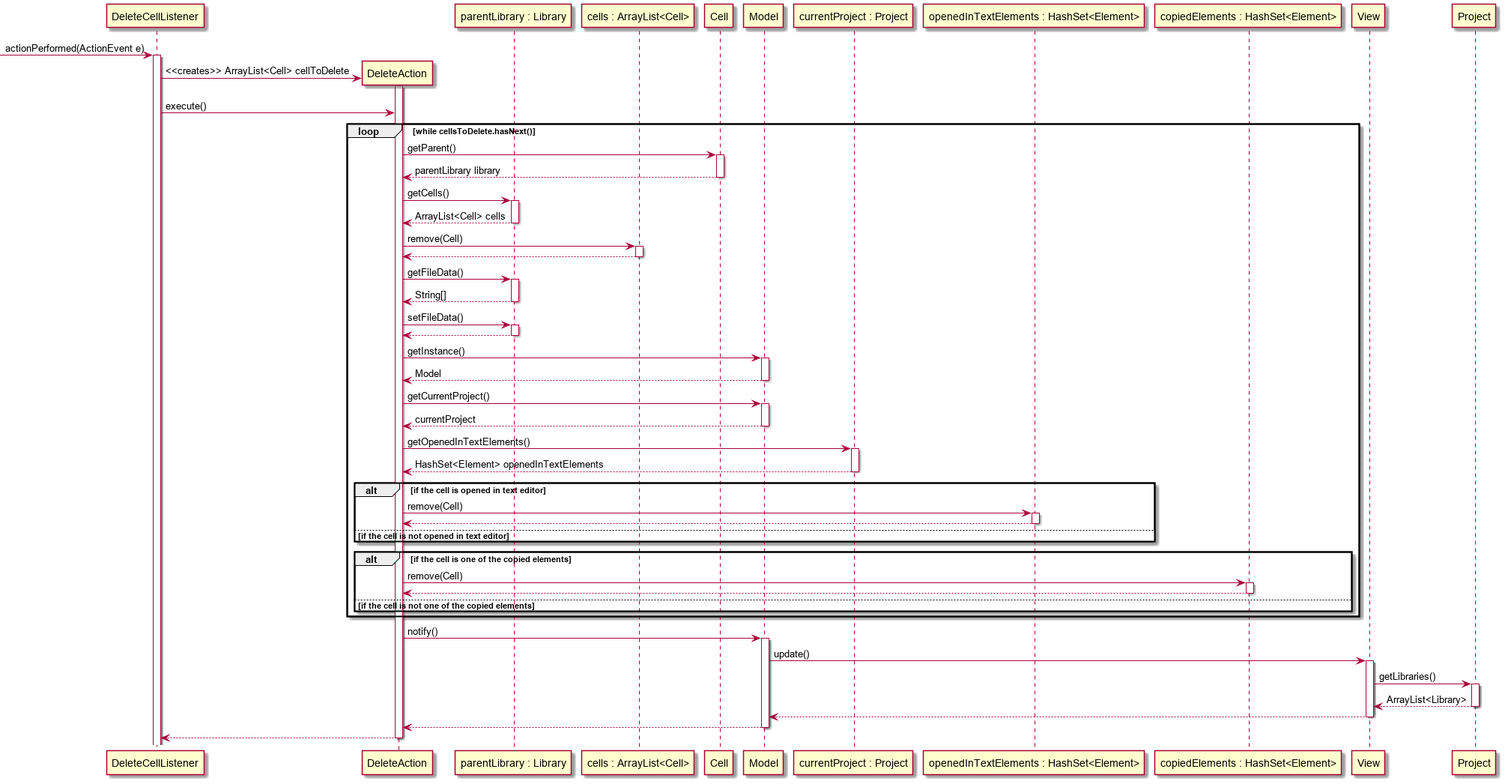
AlpTorac/PSE-Report keeps this PlantUML diagram as Design Phase/Images/deletingcell.png. Above is the earlier version.
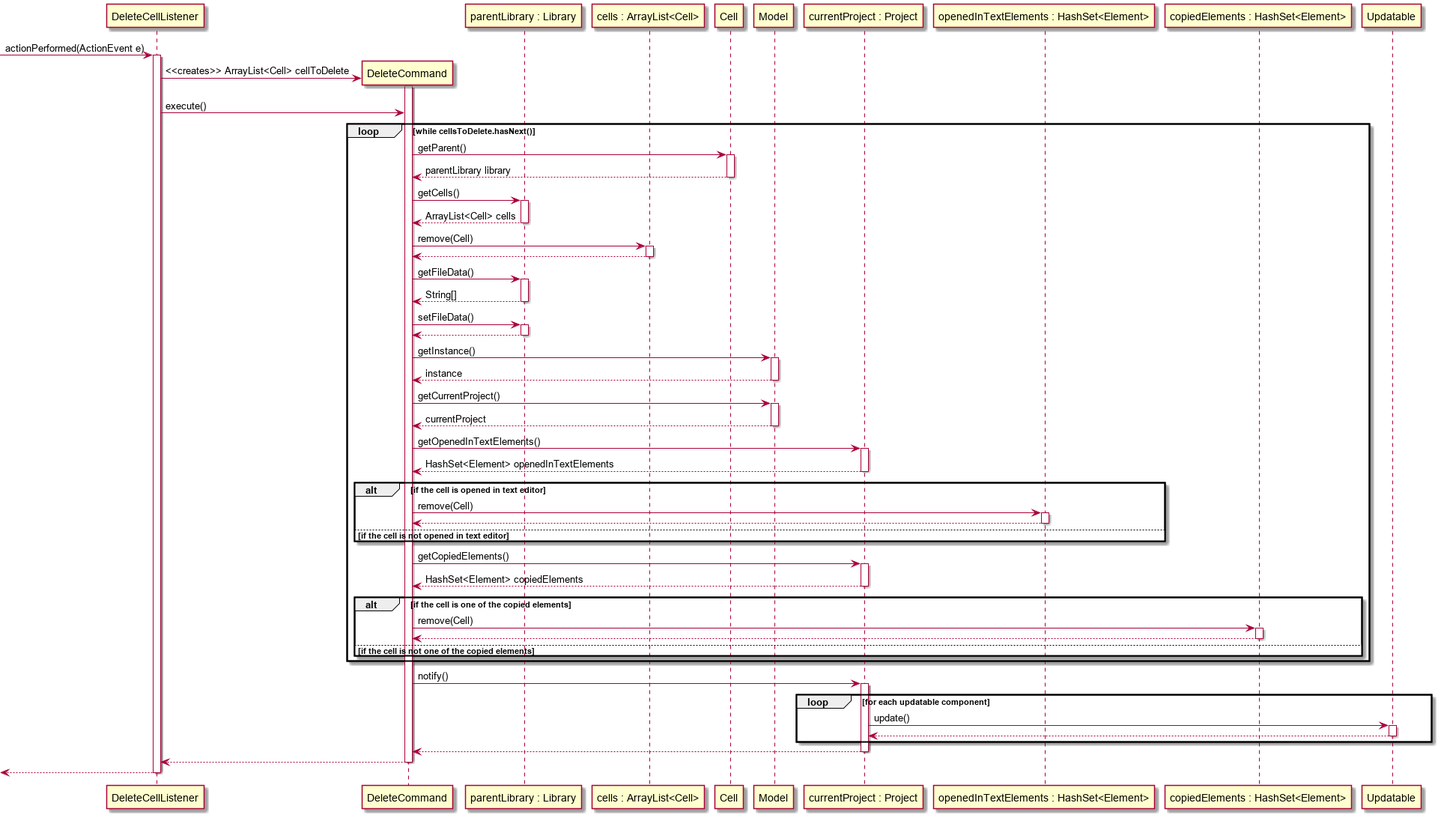
The same file after the commit.

Diff of the diagram source:
```diff
@@ -1,39 +1,40 @@
 @startuml
 -> DeleteCellListener : actionPerformed(ActionEvent e)
 activate DeleteCellListener
-DeleteCellListener -> DeleteAction ** : <<creates>> ArrayList<Cell> cellToDelete
-activate DeleteAction
+DeleteCellListener -> DeleteCommand ** : <<creates>> ArrayList<Cell> cellToDelete
+activate DeleteCommand
 
-DeleteCellListener -> DeleteAction : execute()
+DeleteCellListener -> DeleteCommand : execute()
 participant "parentLibrary : Library" as parentLibrary
 participant "cells : ArrayList<Cell>" as cells
 loop while cellsToDelete.hasNext()
-DeleteAction -> Cell : getParent()
+DeleteCommand -> Cell : getParent()
 activate Cell
 return parentLibrary library
-DeleteAction -> parentLibrary : getCells()
+DeleteCommand -> parentLibrary : getCells()
 activate parentLibrary
 return ArrayList<Cell> cells
-DeleteAction -> cells : remove(Cell)
+DeleteCommand -> cells : remove(Cell)
 activate cells
 return
-DeleteAction -> parentLibrary : getFileData()
+DeleteCommand -> parentLibrary : getFileData()
 activate parentLibrary
 return String[]
-DeleteAction -> parentLibrary : setFileData()
+DeleteCommand -> parentLibrary : setFileData()
 activate parentLibrary
 return
 
-DeleteAction -> Model : getInstance()
+DeleteCommand -> Model : getInstance()
 activate Model
-return Model
-DeleteAction -> Model : getCurrentProject()
+return instance
+DeleteCommand -> Model : getCurrentProject()
 activate Model
 return currentProject
 participant "currentProject : Project" as currentProject
-DeleteAction -> currentProject : getOpenedInTextElements()
+DeleteCommand -> currentProject : getOpenedInTextElements()
 activate currentProject
 return HashSet<Element> openedInTextElements
+
 
 
 participant "openedInTextElements : HashSet<Element>" as openedInTextElements
@@ -42,14 +43,18 @@
 
 
 alt if the cell is opened in text editor
-DeleteAction -> openedInTextElements : remove(Cell)
+DeleteCommand -> openedInTextElements : remove(Cell)
 activate openedInTextElements
 return
 else if the cell is not opened in text editor
 end
 
+DeleteCommand -> currentProject : getCopiedElements()
+activate currentProject
+return HashSet<Element> copiedElements
+
 alt if the cell is one of the copied elements
-DeleteAction -> copiedElements : remove(Cell)
+DeleteCommand -> copiedElements : remove(Cell)
 activate copiedElements
 return
 else if the cell is not one of the copied elements
@@ -57,15 +62,15 @@
 
 end
 
-DeleteAction -> Model: notify()
-activate Model
+DeleteCommand -> currentProject: notify()
+activate currentProject
 
-Model -> View : update()
-activate View
+loop for each updatable component
+currentProject -> Updatable : update()
+activate Updatable
+return
+end
 
-View -> Project : getLibraries()
-activate Project
-return ArrayList<Library>
 return
 return
 return
```
